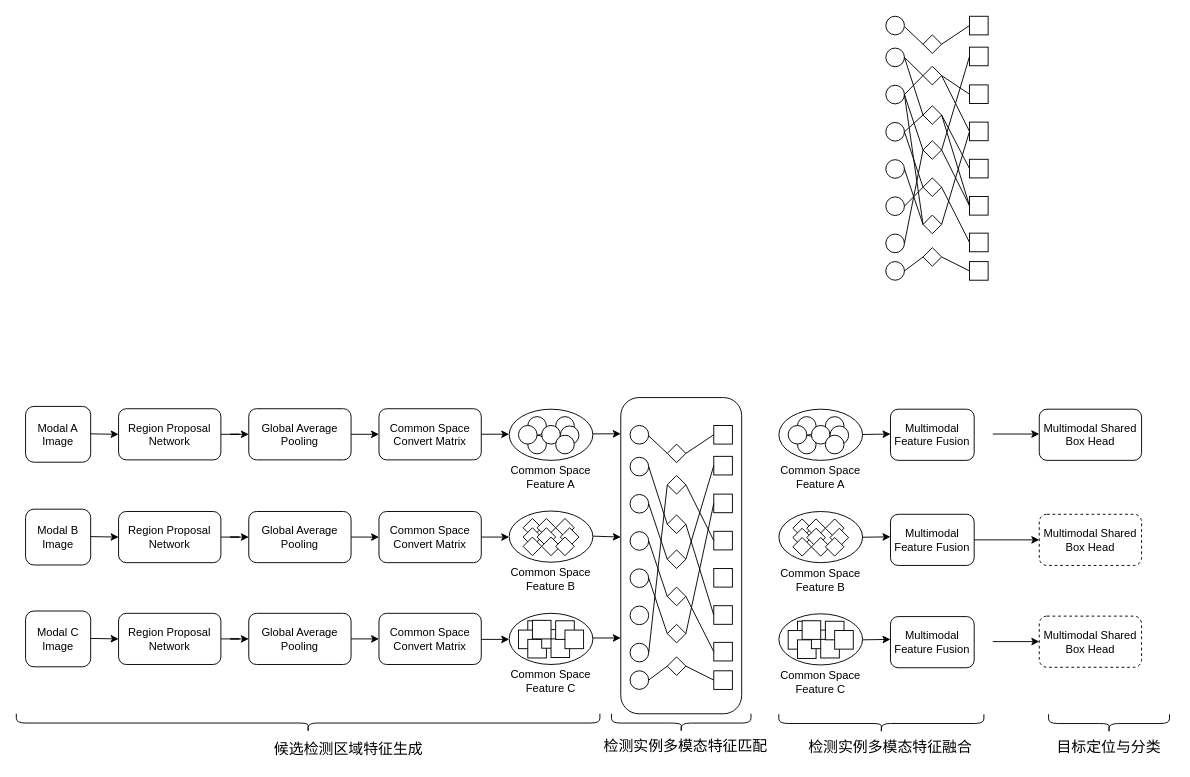
This is 多视角多模态目标检测3模态案例.drawio from thb1314/for_draw_io, a draw.io file, before an edit. Source tidied: cells renumbered, new cells numbered last; positions are measured from the earlier drawing's top-left corner, leaving out a move shared by most shapes. Both pictures are drawn from the tidied source at 93%, with x=0, y=0 at pixel (25, 16).
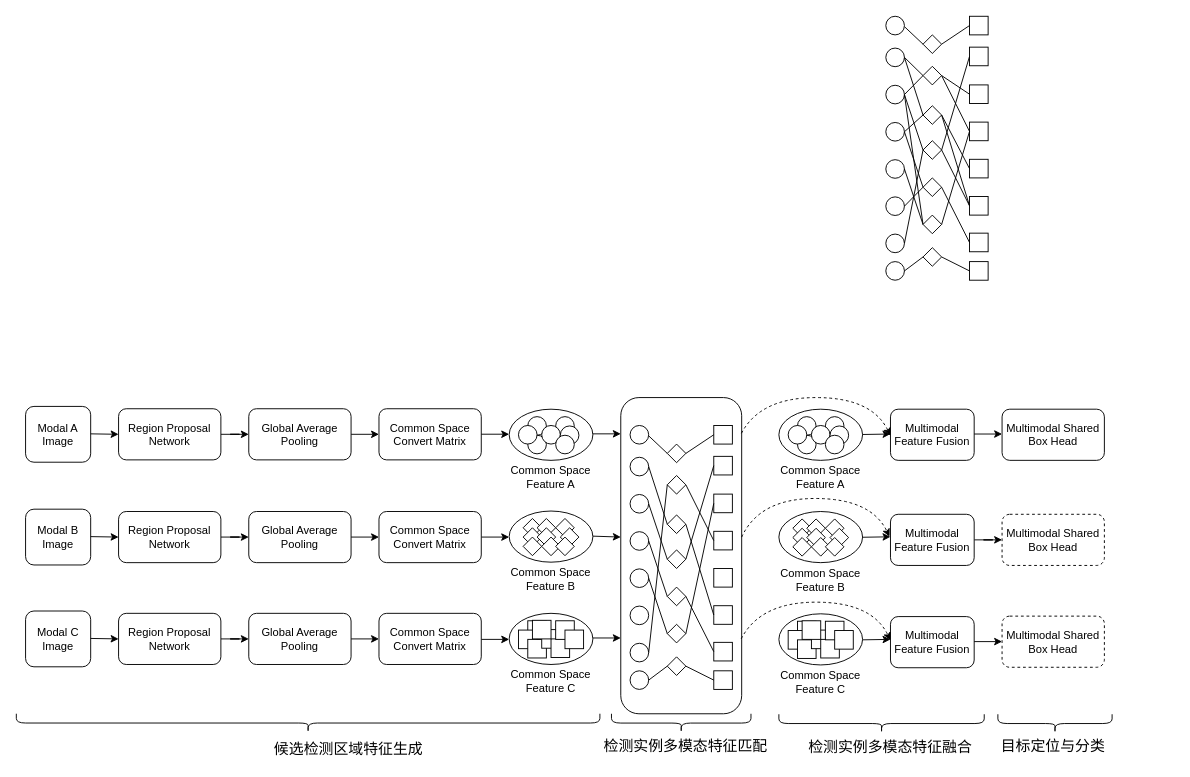
The same diagram, later.

Commit message:
更新多视角多模态目标检测3模态案例.drawio

Unchanged cells that the change refers to:
```xml
<mxCell id="2" style="rounded=1;whiteSpace=wrap;html=1;fillColor=none;" parent="1" vertex="1">
  <mxGeometry x="640" y="410" width="130" height="340" as="geometry" />
</mxCell>
```

What changed in the source:
```diff
@@
     <mxCell id="6" value="&lt;font style=&quot;font-size: 16px;&quot;&gt;目标定位与分类&lt;/font&gt;" style="text;html=1;strokeColor=none;fillColor=none;align=center;verticalAlign=middle;whiteSpace=wrap;rounded=0;" parent="1" vertex="1">
-      <mxGeometry x="1095" y="775.5" width="140" height="20" as="geometry" />
+      <mxGeometry x="1035" y="775" width="140" height="20" as="geometry" />
     </mxCell>
@@
     <mxCell id="81" value="Multimodal Shared Box&amp;nbsp;Head" style="rounded=1;whiteSpace=wrap;html=1;dashed=1;" parent="1" vertex="1">
-      <mxGeometry x="1090" y="535.5" width="110" height="55" as="geometry" />
+      <mxGeometry x="1050" y="535.5" width="110" height="55" as="geometry" />
     </mxCell>
     <mxCell id="82" value="Multimodal Shared Box&amp;nbsp;Head" style="rounded=1;whiteSpace=wrap;html=1;" parent="1" vertex="1">
-      <mxGeometry x="1090" y="422.5" width="110" height="55" as="geometry" />
+      <mxGeometry x="1050" y="422.5" width="110" height="55" as="geometry" />
     </mxCell>
     <mxCell id="83" value="Multimodal Shared Box&amp;nbsp;Head" style="rounded=1;whiteSpace=wrap;html=1;dashed=1;" parent="1" vertex="1">
-      <mxGeometry x="1090" y="645" width="110" height="55" as="geometry" />
+      <mxGeometry x="1050" y="645" width="110" height="55" as="geometry" />
     </mxCell>
@@
-    <mxCell id="119" style="edgeStyle=orthogonalEdgeStyle;rounded=0;orthogonalLoop=1;jettySize=auto;html=1;exitX=1;exitY=0.5;exitDx=0;exitDy=0;" parent="1" edge="1">
+    <mxCell id="119" style="edgeStyle=orthogonalEdgeStyle;rounded=0;jettySize=auto;html=1;exitX=1;exitY=0.5;exitDx=0;exitDy=0;entryX=0;entryY=0.5;entryDx=0;entryDy=0;" parent="1" edge="1" target="83">
       <mxGeometry relative="1" as="geometry">
-        <mxPoint x="1040" y="672.4" as="sourcePoint" />
-        <mxPoint x="1090" y="672.4" as="targetPoint" />
+        <mxPoint x="1020" y="672.4" as="sourcePoint" />
       </mxGeometry>
     </mxCell>
     <mxCell id="120" style="edgeStyle=orthogonalEdgeStyle;rounded=0;orthogonalLoop=1;jettySize=auto;html=1;exitX=1;exitY=0.5;exitDx=0;exitDy=0;" parent="1" edge="1">
       <mxGeometry relative="1" as="geometry">
-        <mxPoint x="1040" y="449.2" as="sourcePoint" />
-        <mxPoint x="1090" y="449.2" as="targetPoint" />
+        <mxPoint x="1020" y="449.2" as="sourcePoint" />
+        <mxPoint x="1050" y="450" as="targetPoint" />
       </mxGeometry>
     </mxCell>
@@
     <mxCell id="123" style="shape=curlyBracket;whiteSpace=wrap;html=1;rounded=1;flipH=1;labelPosition=right;verticalLabelPosition=middle;align=left;verticalAlign=middle;rotation=90;" parent="1" vertex="1">
-      <mxGeometry x="910.2" y="650.2" width="20" height="220.5" as="geometry" />
+      <mxGeometry x="910.4" y="650.1" width="20" height="220.8" as="geometry" />
     </mxCell>
     <mxCell id="124" style="shape=curlyBracket;whiteSpace=wrap;html=1;rounded=1;flipH=1;labelPosition=right;verticalLabelPosition=middle;align=left;verticalAlign=middle;rotation=90;" parent="1" vertex="1">
-      <mxGeometry x="1155" y="695.5" width="20" height="130" as="geometry" />
+      <mxGeometry x="1096.9" y="699.1" width="20" height="122.8" as="geometry" />
     </mxCell>
@@
+    <mxCell id="192" style="curved=1;endArrow=classic;html=1;rounded=0;exitX=0.996;exitY=0.763;exitDx=0;exitDy=0;exitPerimeter=0;dashed=1;" parent="1" edge="1" source="2">
+      <mxGeometry relative="1" as="geometry">
+        <mxPoint x="930" y="671" as="targetPoint" />
+        <Array as="points">
+          <mxPoint x="790" y="630" />
+          <mxPoint x="910" y="630" />
+        </Array>
+      </mxGeometry>
+    </mxCell>
+    <mxCell id="193" style="curved=1;endArrow=classic;html=1;rounded=0;dashed=1;" parent="1" edge="1">
+      <mxGeometry relative="1" as="geometry">
+        <mxPoint x="770" y="560" as="sourcePoint" />
+        <mxPoint x="929" y="559.5" as="targetPoint" />
+        <Array as="points">
+          <mxPoint x="789" y="518.5" />
+          <mxPoint x="909" y="518.5" />
+        </Array>
+      </mxGeometry>
+    </mxCell>
+    <mxCell id="194" style="curved=1;endArrow=classic;html=1;rounded=0;exitX=0.998;exitY=0.113;exitDx=0;exitDy=0;exitPerimeter=0;dashed=1;" parent="1" edge="1" source="2">
+      <mxGeometry relative="1" as="geometry">
+        <mxPoint x="930" y="451" as="targetPoint" />
+        <Array as="points">
+          <mxPoint x="790" y="410" />
+          <mxPoint x="910" y="410" />
+        </Array>
+      </mxGeometry>
+    </mxCell>
```
